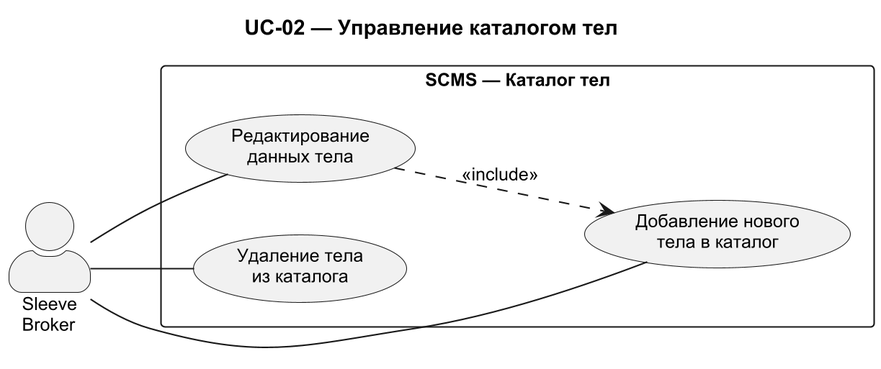
The PlantUML diagram use-case-diagrams/uc02-sleeve-catalog.png in ErnandesDaniel/modified-carbon, before a commit.
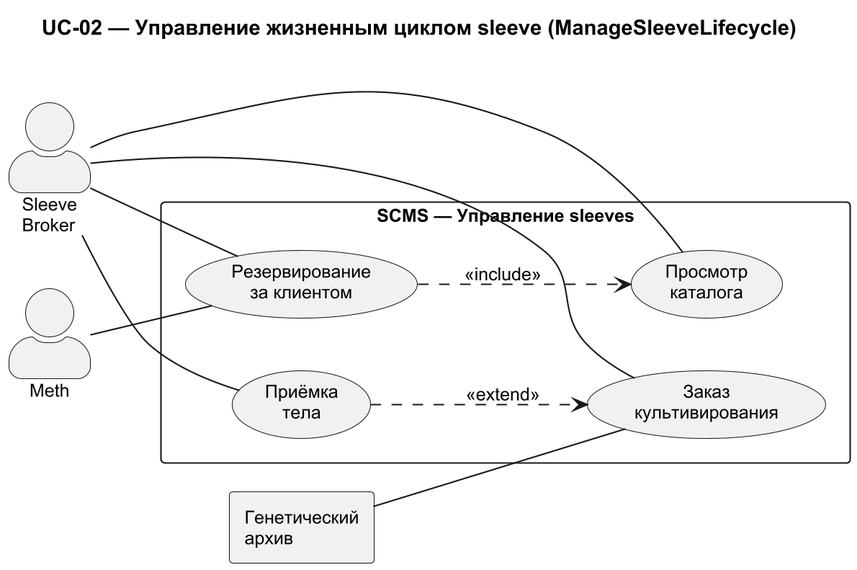
The same file after the commit.

Change to the diagram source:
```diff
@@ -7,21 +7,28 @@
 
 left to right direction
 
-title UC-02 — Управление каталогом тел
+title UC-02 — Управление жизненным циклом sleeve (ManageSleeveLifecycle)
 
-rectangle "SCMS — Каталог тел" {
+rectangle "SCMS — Управление sleeves" {
 
-  usecase "Добавление нового\nтела в каталог" as ADD
-  usecase "Редактирование\nданных тела" as EDIT
-  usecase "Удаление тела\nиз каталога" as DELETE
+  usecase "Заказ\nкультивирования" as CULTIVATE
+  usecase "Приёмка\nтела" as ACCEPT
+  usecase "Резервирование\nза клиентом" as RESERVE
+  usecase "Просмотр\nкаталога" as CATALOG
 
-  EDIT ..> ADD : <<include>>
+  ACCEPT ..> CULTIVATE : <<extend>>
+  RESERVE ..> CATALOG : <<include>>
 }
 
 actor "Sleeve\nBroker" as BROKER
+actor "Meth" as METH
+rectangle "Генетический\nархив" as GA
 
-BROKER -- ADD
-BROKER -- EDIT
-BROKER -- DELETE
+BROKER -- CULTIVATE
+BROKER -- ACCEPT
+BROKER -- RESERVE
+BROKER -- CATALOG
+GA -- CULTIVATE
+METH -- RESERVE
 
 @enduml
```
